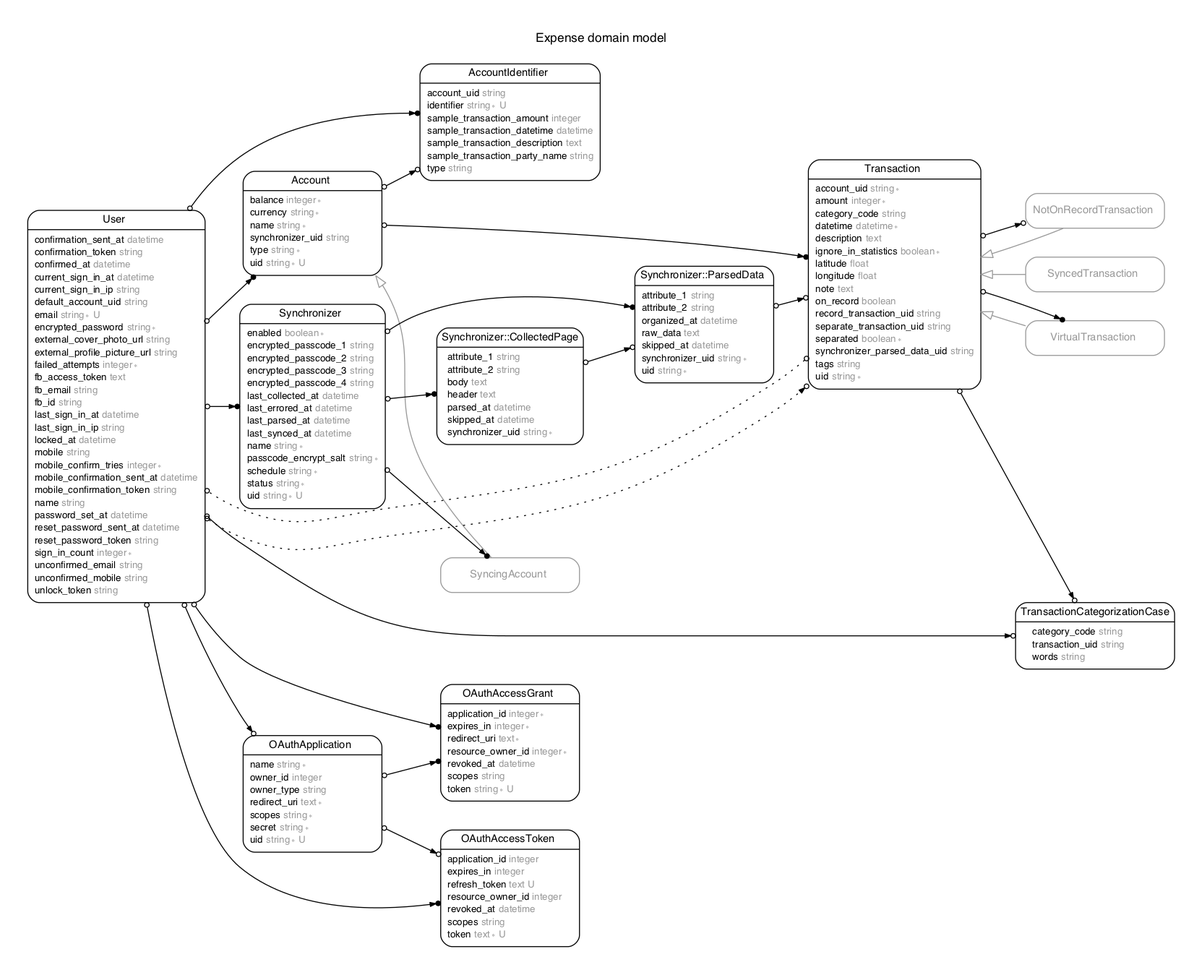
Before: erd.png, a diagram exported from Graphviz (expenture/Expense). Its source is kept beside it as erd.dot.
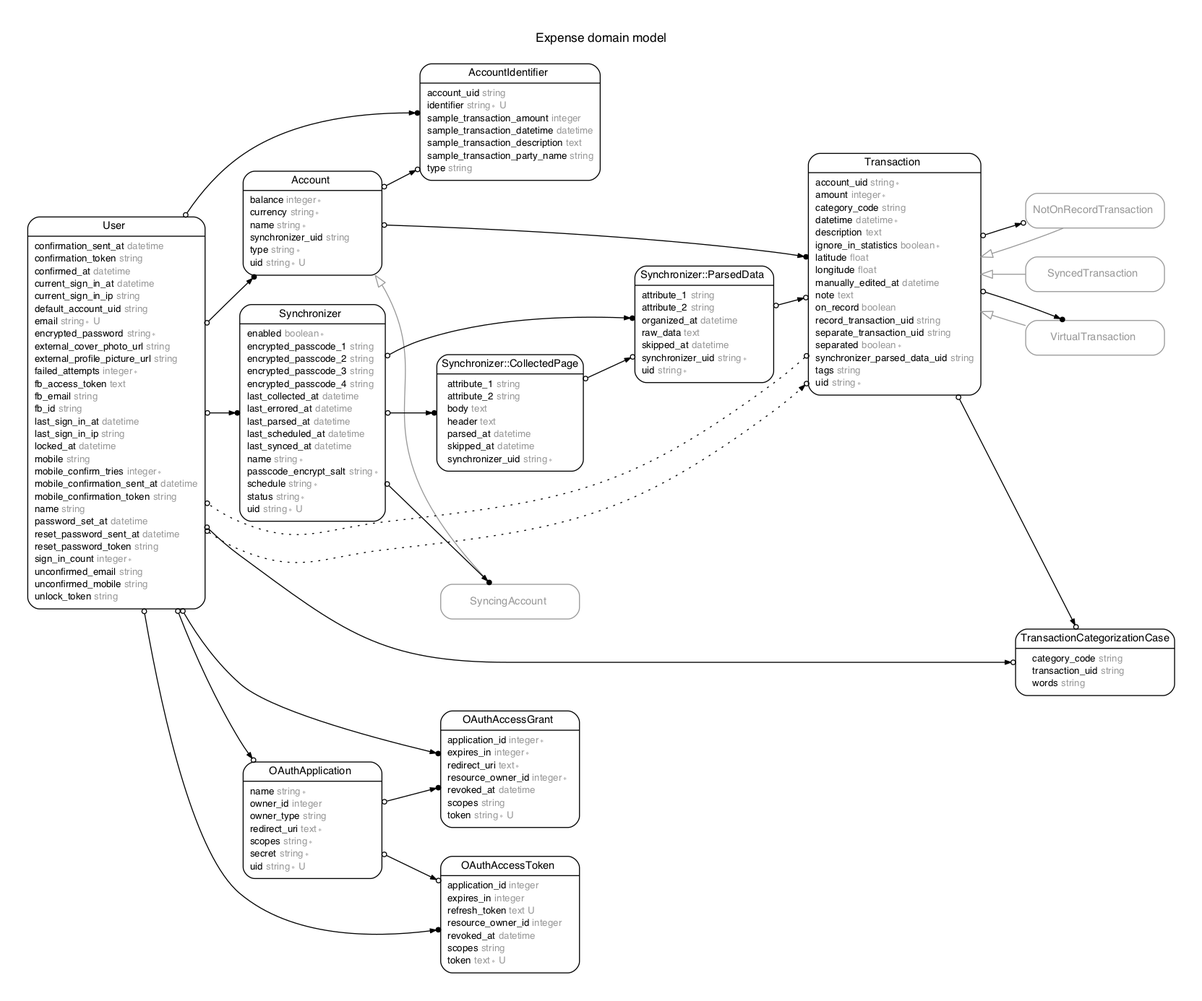
The same file after the commit.

Diff of the diagram source:
```diff
@@ -101,6 +101,7 @@
   <tr><td align="left" width="130" port="last_collected_at">last_collected_at <font face="Arial ItalicMT" color="grey60">datetime</font></td></tr>
   <tr><td align="left" width="130" port="last_errored_at">last_errored_at <font face="Arial ItalicMT" color="grey60">datetime</font></td></tr>
   <tr><td align="left" width="130" port="last_parsed_at">last_parsed_at <font face="Arial ItalicMT" color="grey60">datetime</font></td></tr>
+  <tr><td align="left" width="130" port="last_scheduled_at">last_scheduled_at <font face="Arial ItalicMT" color="grey60">datetime</font></td></tr>
   <tr><td align="left" width="130" port="last_synced_at">last_synced_at <font face="Arial ItalicMT" color="grey60">datetime</font></td></tr>
   <tr><td align="left" width="130" port="name">name <font face="Arial ItalicMT" color="grey60">string ∗</font></td></tr>
   <tr><td align="left" width="130" port="passcode_encrypt_salt">passcode_encrypt_salt <font face="Arial ItalicMT" color="grey60">string ∗</font></td></tr>
@@ -154,6 +155,7 @@
   <tr><td align="left" width="130" port="ignore_in_statistics">ignore_in_statistics <font face="Arial ItalicMT" color="grey60">boolean ∗</font></td></tr>
   <tr><td align="left" width="130" port="latitude">latitude <font face="Arial ItalicMT" color="grey60">float</font></td></tr>
   <tr><td align="left" width="130" port="longitude">longitude <font face="Arial ItalicMT" color="grey60">float</font></td></tr>
+  <tr><td align="left" width="130" port="manually_edited_at">manually_edited_at <font face="Arial ItalicMT" color="grey60">datetime</font></td></tr>
   <tr><td align="left" width="130" port="note">note <font face="Arial ItalicMT" color="grey60">text</font></td></tr>
   <tr><td align="left" width="130" port="on_record">on_record <font face="Arial ItalicMT" color="grey60">boolean</font></td></tr>
   <tr><td align="left" width="130" port="record_transaction_uid">record_transaction_uid <font face="Arial ItalicMT" color="grey60">string</font></td></tr>
@@ -226,7 +228,7 @@
   m_User -> m_Account [arrowsize = "0.6", arrowhead = "dotnormal", arrowtail = "odot", weight = "3"];
   m_User -> m_Transaction [style = "dotted", arrowsize = "0.6", arrowhead = "odotnormal", arrowtail = "odot", weight = "1", constraint = "false"];
   m_User -> m_TransactionCategorizationCase [arrowsize = "0.6", arrowhead = "odotnormal", arrowtail = "odot", weight = "2"];
-  m_User -> m_Synchronizer [arrowsize = "0.6", arrowhead = "dotnormal", arrowtail = "odot", weight = "4"];
+  m_User -> m_Synchronizer [arrowsize = "0.6", arrowhead = "dotnormal", arrowtail = "odot", weight = "5"];
   m_User -> m_AccountIdentifier [arrowsize = "0.6", arrowhead = "dotnormal", arrowtail = "odot", weight = "2"];
   m_Account -> m_Transaction [arrowsize = "0.6", arrowhead = "dotnormal", arrowtail = "odot", weight = "6"];
   m_Account -> m_AccountIdentifier [arrowsize = "0.6", arrowhead = "odotnormal", arrowtail = "odot", weight = "3"];
@@ -234,9 +236,9 @@
   m_Transaction -> m_VirtualTransaction [arrowsize = "0.6", arrowhead = "dotnormal", arrowtail = "odot", weight = "5"];
   m_Transaction -> m_NotOnRecordTransaction [arrowsize = "0.6", arrowhead = "odotnormal", arrowtail = "odot", weight = "5"];
   "m_Synchronizer::ParsedData" -> m_Transaction [arrowsize = "0.6", arrowhead = "odotnormal", arrowtail = "odot", weight = "5"];
-  m_Synchronizer -> "m_Synchronizer::CollectedPage" [arrowsize = "0.6", arrowhead = "dotnormal", arrowtail = "odot", weight = "4"];
-  m_Synchronizer -> "m_Synchronizer::ParsedData" [arrowsize = "0.6", arrowhead = "dotnormal", arrowtail = "odot", weight = "4"];
-  m_Synchronizer -> m_SyncingAccount [arrowsize = "0.6", arrowhead = "dotnormal", arrowtail = "odot", weight = "4"];
+  m_Synchronizer -> "m_Synchronizer::CollectedPage" [arrowsize = "0.6", arrowhead = "dotnormal", arrowtail = "odot", weight = "5"];
+  m_Synchronizer -> "m_Synchronizer::ParsedData" [arrowsize = "0.6", arrowhead = "dotnormal", arrowtail = "odot", weight = "5"];
+  m_Synchronizer -> m_SyncingAccount [arrowsize = "0.6", arrowhead = "dotnormal", arrowtail = "odot", weight = "5"];
   "m_Synchronizer::CollectedPage" -> "m_Synchronizer::ParsedData" [arrowsize = "0.6", arrowhead = "odotnormal", arrowtail = "odot", weight = "2"];
   m_Transaction -> m_TransactionCategorizationCase [arrowsize = "0.6", arrowhead = "odotnormal", arrowtail = "odot", weight = "1"];
 }
```
